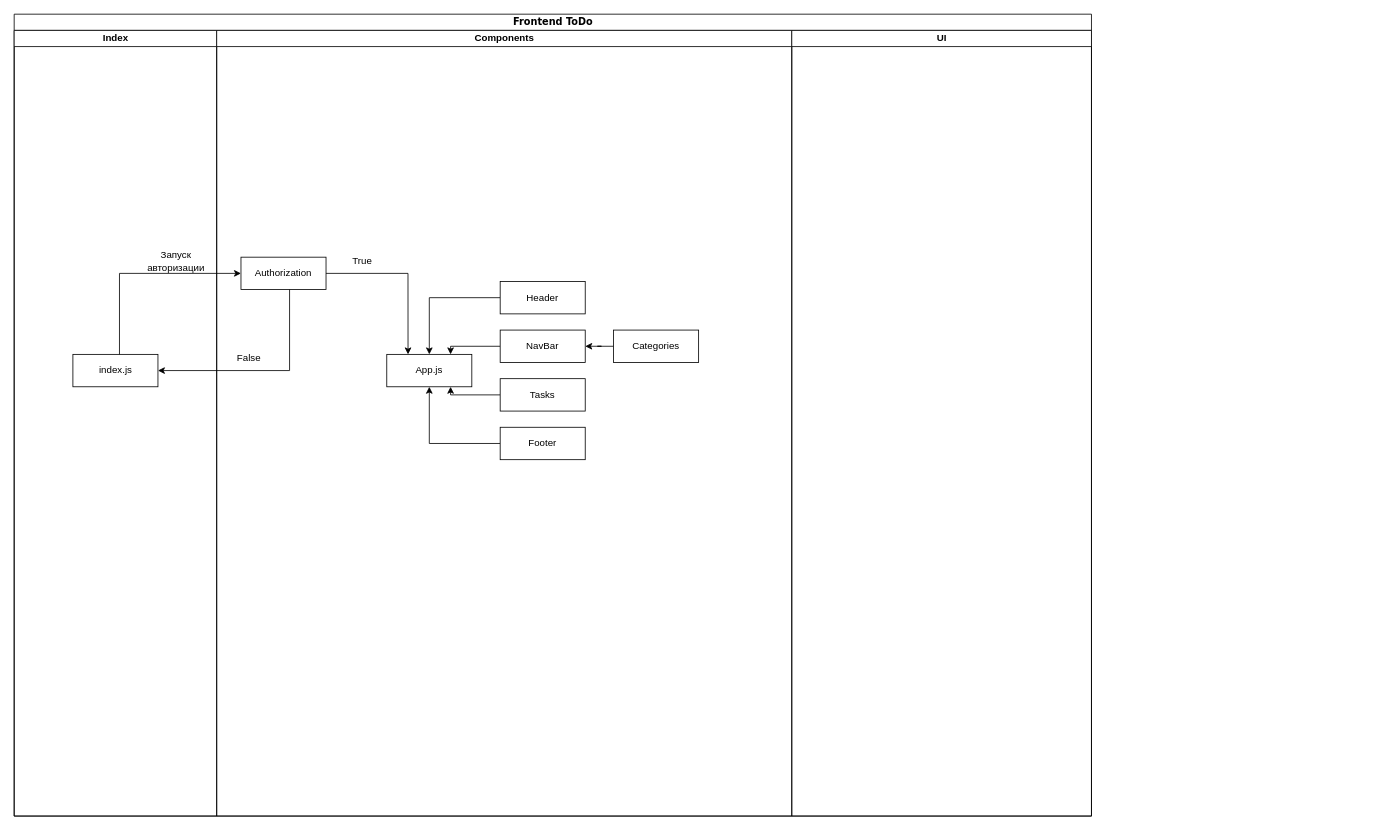
Earlier version of the draw.io diagram todo_reactjs.drawio (BesPredel63/todo_reactjs). Source tidied: cells renumbered, new cells numbered last; positions are measured from the earlier drawing's top-left corner, leaving out a move shared by most shapes. Both pictures are drawn from the tidied source at 81%, with x=0, y=0 at pixel (14, 14).
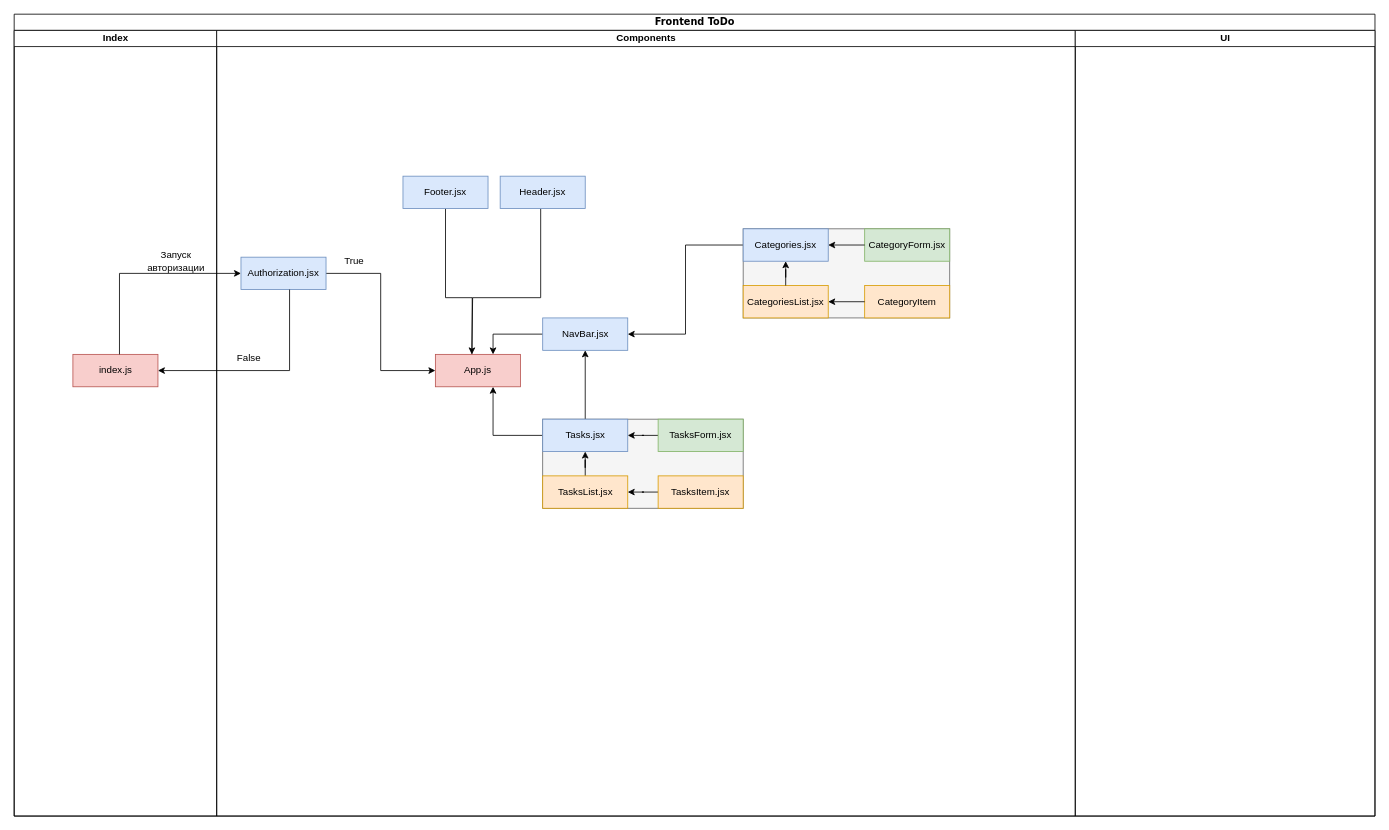
After the change.

Commit message:
Взаимосвязь основных компонентов

Unchanged cells that the change refers to:
```xml
<mxCell id="3" value="Index" style="swimlane;html=1;startSize=20;" parent="2" vertex="1">
  <mxGeometry y="20" width="250" height="970" as="geometry" />
</mxCell>
```

What changed in the source:
```diff
@@
     <mxCell id="2" value="Frontend ToDo" style="swimlane;html=1;startSize=20;rounded=0;shadow=0;comic=0;labelBackgroundColor=none;strokeWidth=1;fontFamily=Verdana;fontSize=12;align=center;" parent="1" vertex="1">
-      <mxGeometry width="1330" height="990" as="geometry" />
+      <mxGeometry width="1680" height="990" as="geometry" />
     </mxCell>
@@
-    <mxCell id="4" value="index.js" style="rounded=0;whiteSpace=wrap;html=1;" parent="3" vertex="1">
+    <mxCell id="4" value="index.js" style="rounded=0;whiteSpace=wrap;html=1;fillColor=#f8cecc;strokeColor=#b85450;" parent="3" vertex="1">
       <mxGeometry x="72.5" y="400" width="105" height="40" as="geometry" />
     </mxCell>
@@
     <mxCell id="6" value="Components" style="swimlane;html=1;startSize=20;" parent="2" vertex="1">
-      <mxGeometry x="250" y="20" width="710" height="970" as="geometry" />
+      <mxGeometry x="250" y="20" width="1060" height="970" as="geometry" />
     </mxCell>
-    <mxCell id="7" style="edgeStyle=orthogonalEdgeStyle;rounded=0;jettySize=auto;html=1;entryX=0.25;entryY=0;entryDx=0;entryDy=0;" parent="6" edge="1" source="8" target="19">
+    <mxCell id="7" style="edgeStyle=orthogonalEdgeStyle;rounded=0;jettySize=auto;html=1;entryX=0;entryY=0.5;entryDx=0;entryDy=0;" parent="6" edge="1" source="8" target="19">
       <mxGeometry relative="1" as="geometry" />
     </mxCell>
-    <mxCell id="8" value="Authorization" style="rounded=0;whiteSpace=wrap;html=1;" parent="6" vertex="1">
+    <mxCell id="8" value="Authorization.jsx" style="rounded=0;whiteSpace=wrap;html=1;fillColor=#dae8fc;strokeColor=#6c8ebf;" parent="6" vertex="1">
       <mxGeometry x="30" y="280" width="105" height="40" as="geometry" />
     </mxCell>
-    <mxCell id="9" style="edgeStyle=orthogonalEdgeStyle;rounded=0;jettySize=auto;html=1;entryX=0.75;entryY=1;entryDx=0;entryDy=0;" parent="6" edge="1" source="10" target="19">
+    <mxCell id="9" style="edgeStyle=orthogonalEdgeStyle;rounded=0;jettySize=auto;html=1;entryX=0.75;entryY=1;entryDx=0;entryDy=0;" parent="6" edge="1" source="10">
       <mxGeometry relative="1" as="geometry">
+        <mxPoint x="341.2" y="440" as="targetPoint" />
         <Array as="points">
-          <mxPoint x="289" y="450" />
+          <mxPoint x="341" y="500" />
         </Array>
       </mxGeometry>
     </mxCell>
-    <mxCell id="10" value="Tasks" style="rounded=0;whiteSpace=wrap;html=1;" parent="6" vertex="1">
-      <mxGeometry x="350" y="430" width="105" height="40" as="geometry" />
-    </mxCell>
+    <mxCell id="25" style="edgeStyle=orthogonalEdgeStyle;rounded=0;jettySize=auto;html=1;" parent="6" edge="1" source="10" target="14">
+      <mxGeometry relative="1" as="geometry" />
+    </mxCell>
@@
-    <mxCell id="12" value="Categories" style="rounded=0;whiteSpace=wrap;html=1;" parent="6" vertex="1">
-      <mxGeometry x="490" y="370" width="105" height="40" as="geometry" />
-    </mxCell>
-    <mxCell id="13" style="edgeStyle=orthogonalEdgeStyle;rounded=0;jettySize=auto;html=1;entryX=0.75;entryY=0;entryDx=0;entryDy=0;" parent="6" edge="1" source="14" target="19">
+    <mxCell id="13" style="edgeStyle=orthogonalEdgeStyle;rounded=0;jettySize=auto;html=1;entryX=0.75;entryY=0;entryDx=0;entryDy=0;" parent="6" edge="1" source="14">
       <mxGeometry relative="1" as="geometry">
+        <mxPoint x="341.2" y="400" as="targetPoint" />
         <Array as="points">
-          <mxPoint x="289" y="390" />
+          <mxPoint x="341" y="375" />
         </Array>
       </mxGeometry>
     </mxCell>
-    <mxCell id="14" value="NavBar" style="rounded=0;whiteSpace=wrap;html=1;" parent="6" vertex="1">
-      <mxGeometry x="350" y="370" width="105" height="40" as="geometry" />
+    <mxCell id="14" value="NavBar.jsx" style="rounded=0;whiteSpace=wrap;html=1;fillColor=#dae8fc;strokeColor=#6c8ebf;" parent="6" vertex="1">
+      <mxGeometry x="402.5" y="355" width="105" height="40" as="geometry" />
     </mxCell>
-    <mxCell id="15" style="edgeStyle=orthogonalEdgeStyle;rounded=0;jettySize=auto;html=1;entryX=0.5;entryY=0;entryDx=0;entryDy=0;" parent="6" edge="1" source="16" target="19">
-      <mxGeometry relative="1" as="geometry" />
+    <mxCell id="15" style="edgeStyle=orthogonalEdgeStyle;rounded=0;jettySize=auto;html=1;entryX=0.5;entryY=0;entryDx=0;entryDy=0;" parent="6" edge="1" source="16">
+      <mxGeometry relative="1" as="geometry">
+        <mxPoint x="315" y="400" as="targetPoint" />
+        <Array as="points">
+          <mxPoint x="400" y="330" />
+          <mxPoint x="316" y="330" />
+        </Array>
+      </mxGeometry>
     </mxCell>
-    <mxCell id="16" value="Header" style="rounded=0;whiteSpace=wrap;html=1;" parent="6" vertex="1">
-      <mxGeometry x="350" y="310" width="105" height="40" as="geometry" />
+    <mxCell id="16" value="Header.jsx" style="rounded=0;whiteSpace=wrap;html=1;fillColor=#dae8fc;strokeColor=#6c8ebf;" parent="6" vertex="1">
+      <mxGeometry x="350" y="180" width="105" height="40" as="geometry" />
     </mxCell>
-    <mxCell id="17" style="edgeStyle=orthogonalEdgeStyle;rounded=0;jettySize=auto;html=1;entryX=0.5;entryY=1;entryDx=0;entryDy=0;" parent="6" edge="1" source="18" target="19">
-      <mxGeometry relative="1" as="geometry" />
+    <mxCell id="17" style="edgeStyle=orthogonalEdgeStyle;rounded=0;jettySize=auto;html=1;entryX=0.5;entryY=1;entryDx=0;entryDy=0;" parent="6" edge="1" source="18">
+      <mxGeometry relative="1" as="geometry">
+        <mxPoint x="315" y="440" as="targetPoint" />
+      </mxGeometry>
     </mxCell>
-    <mxCell id="18" value="Footer" style="rounded=0;whiteSpace=wrap;html=1;" parent="6" vertex="1">
-      <mxGeometry x="350" y="490" width="105" height="40" as="geometry" />
+    <mxCell id="18" value="Footer.jsx" style="rounded=0;whiteSpace=wrap;html=1;fillColor=#dae8fc;strokeColor=#6c8ebf;" parent="6" vertex="1">
+      <mxGeometry x="230" y="180" width="105" height="40" as="geometry" />
     </mxCell>
-    <mxCell id="19" value="App.js" style="rounded=0;whiteSpace=wrap;html=1;" parent="6" vertex="1">
-      <mxGeometry x="210" y="400" width="105" height="40" as="geometry" />
+    <mxCell id="19" value="App.js" style="rounded=0;whiteSpace=wrap;html=1;fillColor=#f8cecc;strokeColor=#b85450;" parent="6" vertex="1">
+      <mxGeometry x="270" y="400" width="105" height="40" as="geometry" />
     </mxCell>
     <mxCell id="20" value="True" style="text;html=1;strokeColor=none;fillColor=none;align=center;verticalAlign=middle;whiteSpace=wrap;rounded=0;" parent="6" vertex="1">
-      <mxGeometry x="150" y="270" width="60" height="30" as="geometry" />
+      <mxGeometry x="140" y="270" width="60" height="30" as="geometry" />
     </mxCell>
@@
+    <mxCell id="26" style="group;fillColor=#f5f5f5;fontColor=#333333;strokeColor=#666666;" parent="6" vertex="1">
+      <mxGeometry x="650" y="245" width="255" height="110" as="geometry" />
+    </mxCell>
+    <mxCell id="12" value="Categories.jsx" style="rounded=0;whiteSpace=wrap;html=1;fillColor=#dae8fc;strokeColor=#6c8ebf;" parent="26" vertex="1">
+      <mxGeometry width="105" height="40" as="geometry" />
+    </mxCell>
+    <mxCell id="27" value="CategoriesList.jsx" style="rounded=0;whiteSpace=wrap;html=1;fillColor=#ffe6cc;strokeColor=#d79b00;" parent="26" vertex="1">
+      <mxGeometry y="70" width="105" height="40" as="geometry" />
+    </mxCell>
+    <mxCell id="28" value="CategoryForm.jsx" style="rounded=0;whiteSpace=wrap;html=1;fillColor=#d5e8d4;strokeColor=#82b366;" parent="26" vertex="1">
+      <mxGeometry x="150" width="105" height="40" as="geometry" />
+    </mxCell>
+    <mxCell id="29" value="CategoryItem" style="rounded=0;whiteSpace=wrap;html=1;fillColor=#ffe6cc;strokeColor=#d79b00;" parent="26" vertex="1">
+      <mxGeometry x="150" y="70" width="105" height="40" as="geometry" />
+    </mxCell>
+    <mxCell id="30" style="edgeStyle=orthogonalEdgeStyle;rounded=0;jettySize=auto;html=1;" parent="26" edge="1" source="27" target="12">
+      <mxGeometry relative="1" as="geometry" />
+    </mxCell>
+    <mxCell id="31" style="edgeStyle=orthogonalEdgeStyle;rounded=0;jettySize=auto;html=1;" parent="26" edge="1" source="28" target="12">
+      <mxGeometry relative="1" as="geometry" />
+    </mxCell>
+    <mxCell id="32" style="edgeStyle=orthogonalEdgeStyle;rounded=0;jettySize=auto;html=1;" parent="26" edge="1" source="29" target="27">
+      <mxGeometry relative="1" as="geometry" />
+    </mxCell>
+    <mxCell id="33" style="group;fillColor=#f5f5f5;fontColor=#333333;strokeColor=#666666;" parent="6" vertex="1">
+      <mxGeometry x="402.5" y="480" width="247.5" height="110" as="geometry" />
+    </mxCell>
+    <mxCell id="10" value="Tasks.jsx" style="rounded=0;whiteSpace=wrap;html=1;fillColor=#dae8fc;strokeColor=#6c8ebf;" parent="33" vertex="1">
+      <mxGeometry width="105" height="40" as="geometry" />
+    </mxCell>
+    <mxCell id="34" style="edgeStyle=orthogonalEdgeStyle;rounded=0;jettySize=auto;html=1;" parent="33" edge="1" source="35" target="10">
+      <mxGeometry relative="1" as="geometry" />
+    </mxCell>
+    <mxCell id="35" value="TasksForm.jsx" style="rounded=0;whiteSpace=wrap;html=1;fillColor=#d5e8d4;strokeColor=#82b366;" parent="33" vertex="1">
+      <mxGeometry x="142.5" width="105" height="40" as="geometry" />
+    </mxCell>
+    <mxCell id="36" style="edgeStyle=orthogonalEdgeStyle;rounded=0;jettySize=auto;html=1;" parent="33" edge="1" source="37" target="10">
+      <mxGeometry relative="1" as="geometry" />
+    </mxCell>
+    <mxCell id="37" value="TasksList.jsx" style="rounded=0;whiteSpace=wrap;html=1;fillColor=#ffe6cc;strokeColor=#d79b00;" parent="33" vertex="1">
+      <mxGeometry y="70" width="105" height="40" as="geometry" />
+    </mxCell>
+    <mxCell id="38" style="edgeStyle=orthogonalEdgeStyle;rounded=0;jettySize=auto;html=1;" parent="33" edge="1" source="39" target="37">
+      <mxGeometry relative="1" as="geometry" />
+    </mxCell>
+    <mxCell id="39" value="TasksItem.jsx" style="rounded=0;whiteSpace=wrap;html=1;fillColor=#ffe6cc;strokeColor=#d79b00;" parent="33" vertex="1">
+      <mxGeometry x="142.5" y="70" width="105" height="40" as="geometry" />
+    </mxCell>
     <mxCell id="22" value="UI" style="swimlane;html=1;startSize=20;" parent="2" vertex="1">
-      <mxGeometry x="960" y="20" width="370" height="970" as="geometry" />
+      <mxGeometry x="1310" y="20" width="370" height="970" as="geometry" />
     </mxCell>
```
